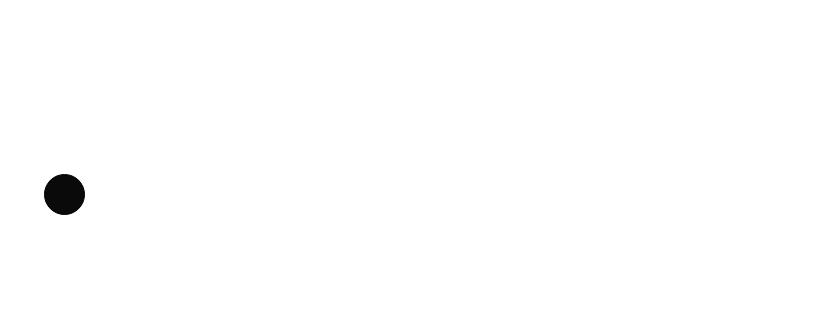
Before: IngenieriaSoftware/Ej9.drawio in Luchit0-afk/Diagramas, a draw.io diagram. Source tidied: cells renumbered, new cells numbered last; positions are measured from the earlier drawing's top-left corner, leaving out a move shared by most shapes. Both pictures are drawn from the tidied source at 100%, with x=0, y=0 at pixel (44, 174).
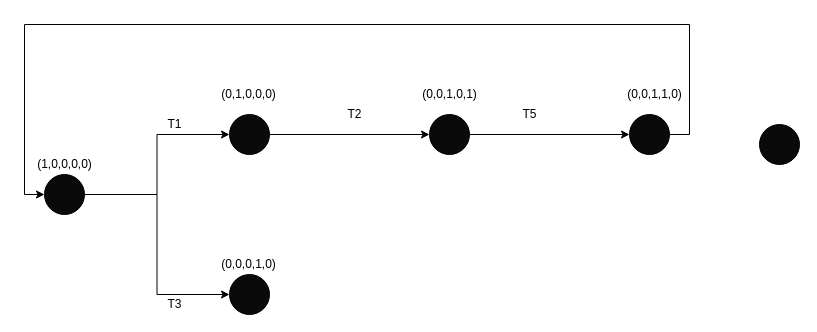
After the change.

Unchanged cells that the change refers to:
```xml
<mxCell id="2" style="ellipse;whiteSpace=wrap;html=1;fillColor=#0A0A0A;" parent="1" vertex="1">
  <mxGeometry width="40" height="40" as="geometry" />
</mxCell>
```

The edit, as a diff of the source:
```diff
@@
+    <mxCell id="3" style="edgeStyle=orthogonalEdgeStyle;rounded=0;jettySize=auto;html=1;exitX=1;exitY=0.5;exitDx=0;exitDy=0;entryX=0;entryY=0.5;entryDx=0;entryDy=0;" parent="1" edge="1" source="2" target="6">
+      <mxGeometry relative="1" as="geometry" />
+    </mxCell>
+    <mxCell id="4" style="edgeStyle=orthogonalEdgeStyle;rounded=0;jettySize=auto;html=1;exitX=1;exitY=0.5;exitDx=0;exitDy=0;entryX=0;entryY=0.5;entryDx=0;entryDy=0;" parent="1" edge="1" source="2" target="8">
+      <mxGeometry relative="1" as="geometry" />
+    </mxCell>
@@
+    <mxCell id="5" style="edgeStyle=orthogonalEdgeStyle;rounded=0;jettySize=auto;html=1;exitX=1;exitY=0.5;exitDx=0;exitDy=0;entryX=0;entryY=0.5;entryDx=0;entryDy=0;" parent="1" edge="1" source="6" target="13">
+      <mxGeometry relative="1" as="geometry" />
+    </mxCell>
+    <mxCell id="6" style="ellipse;whiteSpace=wrap;html=1;fillColor=#0A0A0A;" parent="1" vertex="1">
+      <mxGeometry x="185" y="-60" width="40" height="40" as="geometry" />
+    </mxCell>
+    <mxCell id="7" value="(1,0,0,0,0)" style="text;html=1;align=center;verticalAlign=middle;strokeColor=none;fillColor=none;" parent="1" vertex="1">
+      <mxGeometry x="-15" y="-20" width="70" height="20" as="geometry" />
+    </mxCell>
+    <mxCell id="8" style="ellipse;whiteSpace=wrap;html=1;fillColor=#0A0A0A;" parent="1" vertex="1">
+      <mxGeometry x="185" y="100" width="40" height="40" as="geometry" />
+    </mxCell>
+    <mxCell id="9" value="T1" style="text;html=1;align=center;verticalAlign=middle;strokeColor=none;fillColor=none;" parent="1" vertex="1">
+      <mxGeometry x="115" y="-60" width="30" height="20" as="geometry" />
+    </mxCell>
+    <mxCell id="10" value="T3" style="text;html=1;align=center;verticalAlign=middle;strokeColor=none;fillColor=none;" parent="1" vertex="1">
+      <mxGeometry x="115" y="120" width="30" height="20" as="geometry" />
+    </mxCell>
+    <mxCell id="11" value="(0,1,0,0,0)" style="text;html=1;align=center;verticalAlign=middle;strokeColor=none;fillColor=none;" parent="1" vertex="1">
+      <mxGeometry x="169" y="-90" width="70" height="20" as="geometry" />
+    </mxCell>
+    <mxCell id="12" style="edgeStyle=orthogonalEdgeStyle;rounded=0;jettySize=auto;html=1;exitX=1;exitY=0.5;exitDx=0;exitDy=0;entryX=0;entryY=0.5;entryDx=0;entryDy=0;" parent="1" edge="1" source="13" target="17">
+      <mxGeometry relative="1" as="geometry" />
+    </mxCell>
+    <mxCell id="13" style="ellipse;whiteSpace=wrap;html=1;fillColor=#0A0A0A;" parent="1" vertex="1">
+      <mxGeometry x="385" y="-60" width="40" height="40" as="geometry" />
+    </mxCell>
+    <mxCell id="14" value="T2" style="text;html=1;align=center;verticalAlign=middle;strokeColor=none;fillColor=none;" parent="1" vertex="1">
+      <mxGeometry x="295" y="-70" width="30" height="20" as="geometry" />
+    </mxCell>
+    <mxCell id="15" value="(0,0,1,0,1)" style="text;html=1;align=center;verticalAlign=middle;strokeColor=none;fillColor=none;" parent="1" vertex="1">
+      <mxGeometry x="370" y="-90" width="70" height="20" as="geometry" />
+    </mxCell>
+    <mxCell id="16" style="edgeStyle=orthogonalEdgeStyle;rounded=0;jettySize=auto;html=1;exitX=1;exitY=0.5;exitDx=0;exitDy=0;entryX=0;entryY=0.5;entryDx=0;entryDy=0;" parent="1" edge="1" source="17" target="2">
+      <mxGeometry relative="1" as="geometry">
+        <Array as="points">
+          <mxPoint x="645" y="-40" />
+          <mxPoint x="645" y="-150" />
+          <mxPoint x="-20" y="-150" />
+          <mxPoint x="-20" y="20" />
+        </Array>
+      </mxGeometry>
+    </mxCell>
+    <mxCell id="17" style="ellipse;whiteSpace=wrap;html=1;fillColor=#0A0A0A;" parent="1" vertex="1">
+      <mxGeometry x="585" y="-60" width="40" height="40" as="geometry" />
+    </mxCell>
+    <mxCell id="18" value="T5" style="text;html=1;align=center;verticalAlign=middle;strokeColor=none;fillColor=none;" parent="1" vertex="1">
+      <mxGeometry x="470" y="-70" width="30" height="20" as="geometry" />
+    </mxCell>
+    <mxCell id="19" value="(0,0,1,1,0)" style="text;html=1;align=center;verticalAlign=middle;strokeColor=none;fillColor=none;" parent="1" vertex="1">
+      <mxGeometry x="575" y="-90" width="70" height="20" as="geometry" />
+    </mxCell>
+    <mxCell id="20" style="ellipse;whiteSpace=wrap;html=1;fillColor=#0A0A0A;" parent="1" vertex="1">
+      <mxGeometry x="715" y="-50" width="40" height="40" as="geometry" />
+    </mxCell>
+    <mxCell id="21" value="(0,0,0,1,0)" style="text;html=1;align=center;verticalAlign=middle;strokeColor=none;fillColor=none;" parent="1" vertex="1">
+      <mxGeometry x="169" y="80" width="70" height="20" as="geometry" />
+    </mxCell>
```
